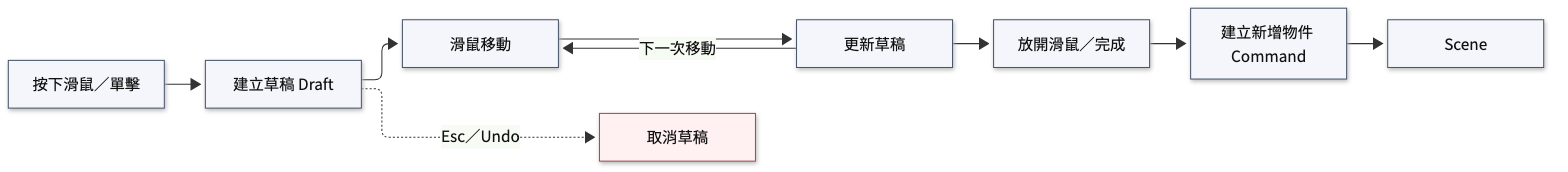
This is docs/figures/ch04_drawing-lifecycle.png from YuanOwO/CG-hw1-paint, a Mermaid export, as it was before one commit. Its source is kept beside it as docs/figures-src/ch04_drawing-lifecycle.mmd. Source of this version:
```mermaid
flowchart LR
    down[按下滑鼠／單擊] --> draft[建立草稿 Draft]
    draft --> motion[滑鼠移動]
    motion --> update[更新草稿]
    update -->|下一次移動| motion
    update --> finish[放開滑鼠／完成]
    finish --> command[建立新增物件 Command]
    command --> scene[Scene]
    draft -. Esc／Undo .-> cancel[取消草稿]

    classDef step fill:#f4f6fb,stroke:#49566b,color:#111,stroke-width:1px;
    classDef cancel fill:#fff1f1,stroke:#995050,color:#111,stroke-width:1px;
    class down,draft,motion,update,finish,command,scene step;
    class cancel cancel;
```
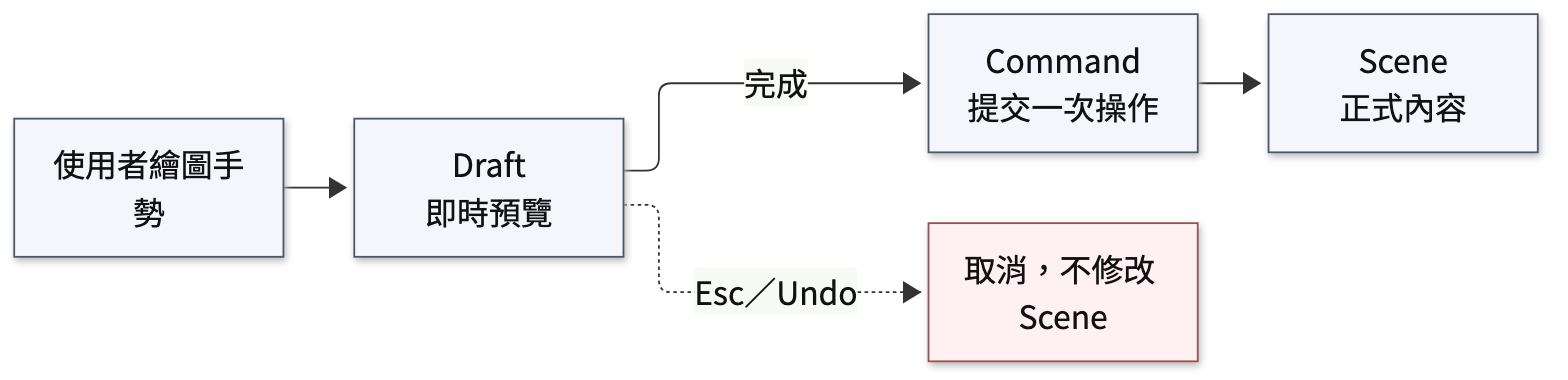
Above is the later version.

The edit, as a diff of the source:
```diff
@@ -1,14 +1,10 @@
 flowchart LR
-    down[按下滑鼠／單擊] --> draft[建立草稿 Draft]
-    draft --> motion[滑鼠移動]
-    motion --> update[更新草稿]
-    update -->|下一次移動| motion
-    update --> finish[放開滑鼠／完成]
-    finish --> command[建立新增物件 Command]
-    command --> scene[Scene]
-    draft -. Esc／Undo .-> cancel[取消草稿]
+    gesture[使用者繪圖手勢] --> draft[Draft<br/>即時預覽]
+    draft -->|完成| command[Command<br/>提交一次操作]
+    command --> scene[Scene<br/>正式內容]
+    draft -. Esc／Undo .-> cancel[取消，不修改 Scene]
 
     classDef step fill:#f4f6fb,stroke:#49566b,color:#111,stroke-width:1px;
     classDef cancel fill:#fff1f1,stroke:#995050,color:#111,stroke-width:1px;
-    class down,draft,motion,update,finish,command,scene step;
+    class gesture,draft,command,scene step;
     class cancel cancel;
```
